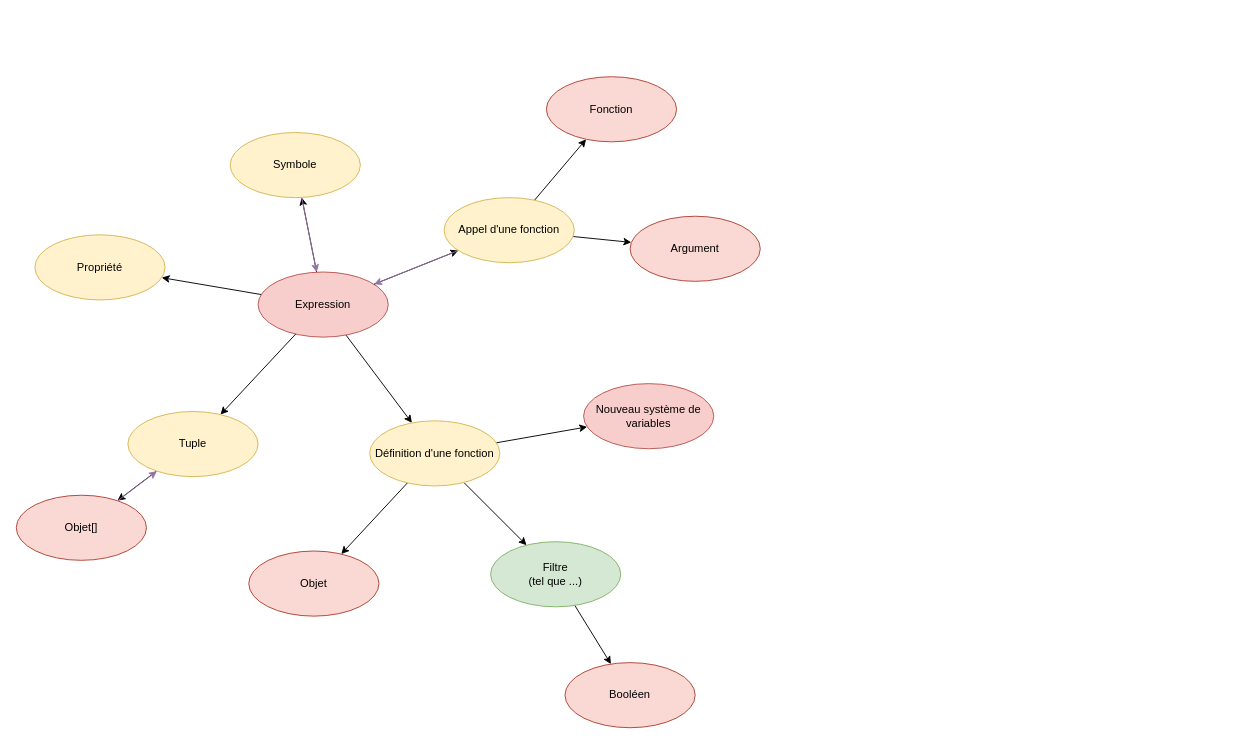
The draw.io diagram page "Formal Language" (2 of 5) of Formal Language.drawio in Oscardoras/Ouverium, before the edit. Source tidied: cells renumbered, new cells numbered last; positions are measured from the earlier drawing's top-left corner, leaving out a move shared by most shapes. Both pictures are drawn from the tidied source at 93%, with x=0, y=0 at pixel (16, 76).
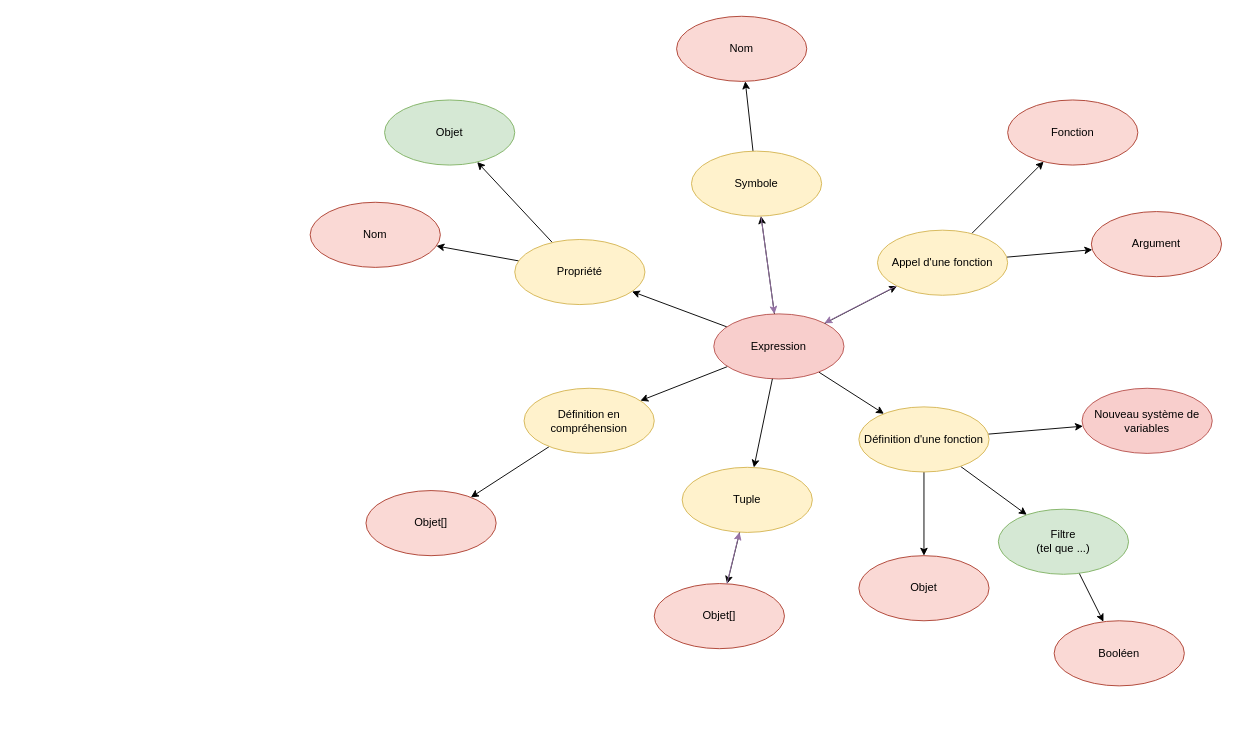
The same page after the edit.

Diff of the diagram source:
```diff
@@
+    <mxCell id="32" style="edgeStyle=none;html=1;" parent="1" edge="1" source="5" target="37">
+      <mxGeometry relative="1" as="geometry" />
+    </mxCell>
     <mxCell id="5" value="Expression" style="ellipse;whiteSpace=wrap;html=1;fillColor=#f8cecc;strokeColor=#b85450;fontColor=#000000;" parent="1" vertex="1">
-      <mxGeometry x="260" y="210" width="140" height="70" as="geometry" />
+      <mxGeometry x="750" y="255" width="140" height="70" as="geometry" />
     </mxCell>
@@
     <mxCell id="9" value="Définition d'une fonction" style="ellipse;whiteSpace=wrap;html=1;fillColor=#fff2cc;strokeColor=#d6b656;fontColor=#000000;" parent="1" vertex="1">
-      <mxGeometry x="380" y="370" width="140" height="70" as="geometry" />
+      <mxGeometry x="906" y="355" width="140" height="70" as="geometry" />
     </mxCell>
@@
     <mxCell id="12" value="Objet" style="ellipse;whiteSpace=wrap;html=1;fillColor=#fad9d5;strokeColor=#ae4132;fontColor=#000000;" parent="1" vertex="1">
-      <mxGeometry x="250" y="510" width="140" height="70" as="geometry" />
+      <mxGeometry x="906" y="515" width="140" height="70" as="geometry" />
     </mxCell>
     <mxCell id="13" value="Booléen" style="ellipse;whiteSpace=wrap;html=1;fillColor=#fad9d5;strokeColor=#ae4132;fontColor=#000000;" parent="1" vertex="1">
-      <mxGeometry x="590" y="630" width="140" height="70" as="geometry" />
+      <mxGeometry x="1116" y="585" width="140" height="70" as="geometry" />
     </mxCell>
@@
     <mxCell id="17" value="Appel d'une fonction" style="ellipse;whiteSpace=wrap;html=1;fillColor=#fff2cc;strokeColor=#d6b656;fontColor=#000000;" parent="1" vertex="1">
-      <mxGeometry x="460" y="130" width="140" height="70" as="geometry" />
+      <mxGeometry x="926" y="165" width="140" height="70" as="geometry" />
     </mxCell>
     <mxCell id="18" value="Fonction" style="ellipse;whiteSpace=wrap;html=1;fillColor=#fad9d5;strokeColor=#ae4132;fontColor=#000000;" parent="1" vertex="1">
-      <mxGeometry x="570" width="140" height="70" as="geometry" />
+      <mxGeometry x="1066" y="25" width="140" height="70" as="geometry" />
     </mxCell>
     <mxCell id="19" value="Argument" style="ellipse;whiteSpace=wrap;html=1;fillColor=#fad9d5;strokeColor=#ae4132;fontColor=#000000;" parent="1" vertex="1">
-      <mxGeometry x="660" y="150" width="140" height="70" as="geometry" />
+      <mxGeometry x="1156" y="145" width="140" height="70" as="geometry" />
     </mxCell>
@@
+    <mxCell id="33" style="edgeStyle=none;html=1;" parent="1" edge="1" source="21" target="38">
+      <mxGeometry relative="1" as="geometry" />
+    </mxCell>
     <mxCell id="21" value="Symbole" style="ellipse;whiteSpace=wrap;html=1;fillColor=#fff2cc;strokeColor=#d6b656;fontColor=#000000;" parent="1" vertex="1">
-      <mxGeometry x="230" y="60" width="140" height="70" as="geometry" />
+      <mxGeometry x="726" y="80" width="140" height="70" as="geometry" />
     </mxCell>
@@
     <mxCell id="23" value="Tuple" style="ellipse;whiteSpace=wrap;html=1;fillColor=#fff2cc;strokeColor=#d6b656;fontColor=#000000;" parent="1" vertex="1">
-      <mxGeometry x="120" y="360" width="140" height="70" as="geometry" />
+      <mxGeometry x="716" y="420" width="140" height="70" as="geometry" />
     </mxCell>
     <mxCell id="24" value="Objet[]" style="ellipse;whiteSpace=wrap;html=1;fillColor=#fad9d5;strokeColor=#ae4132;fontColor=#000000;" parent="1" vertex="1">
-      <mxGeometry y="450" width="140" height="70" as="geometry" />
+      <mxGeometry x="686" y="545" width="140" height="70" as="geometry" />
     </mxCell>
     <mxCell id="25" value="Nouveau système de variables" style="ellipse;whiteSpace=wrap;html=1;fillColor=#f8cecc;strokeColor=#b85450;fontColor=#000000;" parent="1" vertex="1">
-      <mxGeometry x="610" y="330" width="140" height="70" as="geometry" />
+      <mxGeometry x="1146" y="335" width="140" height="70" as="geometry" />
     </mxCell>
@@
     <mxCell id="27" value="Filtre&lt;br&gt;(tel que ...)" style="ellipse;whiteSpace=wrap;html=1;fillColor=#d5e8d4;strokeColor=#82b366;fontColor=#000000;" parent="1" vertex="1">
-      <mxGeometry x="510" y="500" width="140" height="70" as="geometry" />
+      <mxGeometry x="1056" y="465" width="140" height="70" as="geometry" />
     </mxCell>
@@
+    <mxCell id="34" style="edgeStyle=none;html=1;" parent="1" edge="1" source="31" target="39">
+      <mxGeometry relative="1" as="geometry" />
+    </mxCell>
+    <mxCell id="35" style="edgeStyle=none;html=1;" parent="1" edge="1" source="31" target="40">
+      <mxGeometry relative="1" as="geometry" />
+    </mxCell>
     <mxCell id="31" value="Propriété" style="ellipse;whiteSpace=wrap;html=1;fillColor=#fff2cc;strokeColor=#d6b656;fontColor=#000000;" parent="1" vertex="1">
-      <mxGeometry x="20" y="170" width="140" height="70" as="geometry" />
+      <mxGeometry x="536" y="175" width="140" height="70" as="geometry" />
     </mxCell>
+    <mxCell id="36" style="edgeStyle=none;html=1;" parent="1" edge="1" source="37" target="41">
+      <mxGeometry relative="1" as="geometry" />
+    </mxCell>
+    <mxCell id="37" value="Définition en compréhension" style="ellipse;whiteSpace=wrap;html=1;fillColor=#fff2cc;strokeColor=#d6b656;fontColor=#000000;" parent="1" vertex="1">
+      <mxGeometry x="546" y="335" width="140" height="70" as="geometry" />
+    </mxCell>
+    <mxCell id="38" value="Nom" style="ellipse;whiteSpace=wrap;html=1;fillColor=#fad9d5;strokeColor=#ae4132;fontColor=#000000;" parent="1" vertex="1">
+      <mxGeometry x="710" y="-65" width="140" height="70" as="geometry" />
+    </mxCell>
+    <mxCell id="39" value="Objet" style="ellipse;whiteSpace=wrap;html=1;fillColor=#d5e8d4;strokeColor=#82b366;fontColor=#000000;" parent="1" vertex="1">
+      <mxGeometry x="396" y="25" width="140" height="70" as="geometry" />
+    </mxCell>
+    <mxCell id="40" value="Nom" style="ellipse;whiteSpace=wrap;html=1;fillColor=#fad9d5;strokeColor=#ae4132;fontColor=#000000;" parent="1" vertex="1">
+      <mxGeometry x="316" y="135" width="140" height="70" as="geometry" />
+    </mxCell>
+    <mxCell id="41" value="Objet[]" style="ellipse;whiteSpace=wrap;html=1;fillColor=#fad9d5;strokeColor=#ae4132;fontColor=#000000;" parent="1" vertex="1">
+      <mxGeometry x="376" y="445" width="140" height="70" as="geometry" />
+    </mxCell>
```
